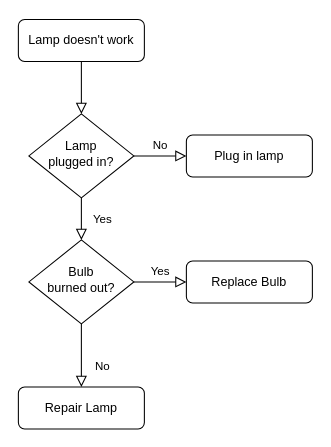
lcq309/ENEL400 keeps this draw.io diagram as Software/MVP/WBM/DS light controller decision making flowchart.drawio. Above is the earlier version. Source tidied: cells renumbered, new cells numbered last; positions are measured from the earlier drawing's top-left corner, leaving out a move shared by most shapes. Both pictures are drawn from the tidied source at 105%, with x=0, y=0 at pixel (18, 19).
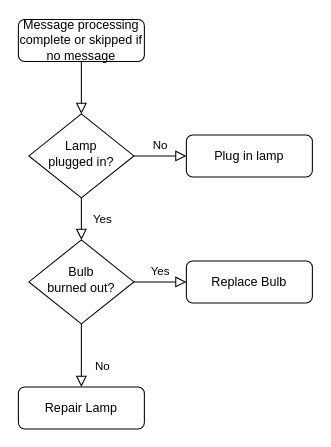
The same page after the edit.

Diff of the diagram source:
```diff
@@
 <mxGraphModel>
   <root>
     <mxCell id="0" />
     <mxCell id="1" parent="0" />
     <mxCell id="2" style="rounded=0;html=1;jettySize=auto;fontSize=11;endArrow=block;endFill=0;endSize=8;strokeWidth=1;shadow=0;labelBackgroundColor=none;edgeStyle=orthogonalEdgeStyle;" parent="1" edge="1" source="3" target="6">
       <mxGeometry relative="1" as="geometry" />
     </mxCell>
-    <mxCell id="3" value="Lamp doesn't work" style="rounded=1;whiteSpace=wrap;html=1;fontSize=12;glass=0;strokeWidth=1;shadow=0;" parent="1" vertex="1">
+    <mxCell id="3" value="Message processing complete or skipped if no message" style="rounded=1;whiteSpace=wrap;html=1;fontSize=12;glass=0;strokeWidth=1;shadow=0;" parent="1" vertex="1">
       <mxGeometry width="120" height="40" as="geometry" />
     </mxCell>
     <mxCell id="4" value="Yes" style="rounded=0;html=1;jettySize=auto;fontSize=11;endArrow=block;endFill=0;endSize=8;strokeWidth=1;shadow=0;labelBackgroundColor=none;edgeStyle=orthogonalEdgeStyle;" parent="1" edge="1" source="6" target="10">
       <mxGeometry y="20" relative="1" as="geometry" />
     </mxCell>
     <mxCell id="5" value="No" style="edgeStyle=orthogonalEdgeStyle;rounded=0;html=1;jettySize=auto;fontSize=11;endArrow=block;endFill=0;endSize=8;strokeWidth=1;shadow=0;labelBackgroundColor=none;" parent="1" edge="1" source="6" target="7">
       <mxGeometry y="10" relative="1" as="geometry" />
     </mxCell>
     <mxCell id="6" value="Lamp&lt;br&gt;plugged in?" style="rhombus;whiteSpace=wrap;html=1;shadow=0;fontFamily=Helvetica;fontSize=12;align=center;strokeWidth=1;spacing=6;spacingTop=-4;" parent="1" vertex="1">
       <mxGeometry x="10" y="90" width="100" height="80" as="geometry" />
     </mxCell>
     <mxCell id="7" value="Plug in lamp" style="rounded=1;whiteSpace=wrap;html=1;fontSize=12;glass=0;strokeWidth=1;shadow=0;" parent="1" vertex="1">
       <mxGeometry x="160" y="110" width="120" height="40" as="geometry" />
     </mxCell>
     <mxCell id="8" value="No" style="rounded=0;html=1;jettySize=auto;fontSize=11;endArrow=block;endFill=0;endSize=8;strokeWidth=1;shadow=0;labelBackgroundColor=none;edgeStyle=orthogonalEdgeStyle;" parent="1" edge="1" source="10" target="11">
       <mxGeometry x="0.33" y="20" relative="1" as="geometry" />
     </mxCell>
     <mxCell id="9" value="Yes" style="edgeStyle=orthogonalEdgeStyle;rounded=0;html=1;jettySize=auto;fontSize=11;endArrow=block;endFill=0;endSize=8;strokeWidth=1;shadow=0;labelBackgroundColor=none;" parent="1" edge="1" source="10" target="12">
       <mxGeometry y="10" relative="1" as="geometry" />
     </mxCell>
     <mxCell id="10" value="Bulb&lt;br&gt;burned out?" style="rhombus;whiteSpace=wrap;html=1;shadow=0;fontFamily=Helvetica;fontSize=12;align=center;strokeWidth=1;spacing=6;spacingTop=-4;" parent="1" vertex="1">
       <mxGeometry x="10" y="210" width="100" height="80" as="geometry" />
     </mxCell>
     <mxCell id="11" value="Repair Lamp" style="rounded=1;whiteSpace=wrap;html=1;fontSize=12;glass=0;strokeWidth=1;shadow=0;" parent="1" vertex="1">
       <mxGeometry y="350" width="120" height="40" as="geometry" />
     </mxCell>
     <mxCell id="12" value="Replace Bulb" style="rounded=1;whiteSpace=wrap;html=1;fontSize=12;glass=0;strokeWidth=1;shadow=0;" parent="1" vertex="1">
       <mxGeometry x="160" y="230" width="120" height="40" as="geometry" />
     </mxCell>
   </root>
 </mxGraphModel>
```
